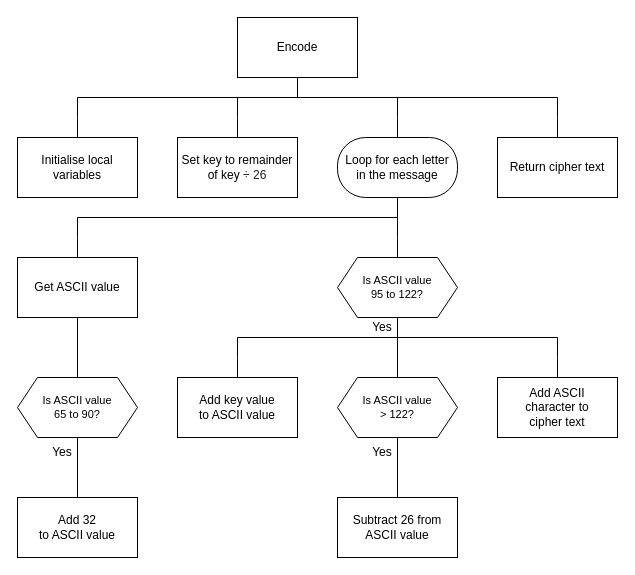
This is page "sd" (1 of 6) of higher/H-SDD-Caesar-Cipher/assets/H SDD Caesar Cipher.drawio from MrFriendCS/MrFriendCS.github.io, a draw.io file, before an edit. Source tidied: cells renumbered, new cells numbered last; positions are measured from the earlier drawing's top-left corner, leaving out a move shared by most shapes. Both pictures are drawn from the tidied source at 100%, with x=0, y=0 at pixel (17, 17).
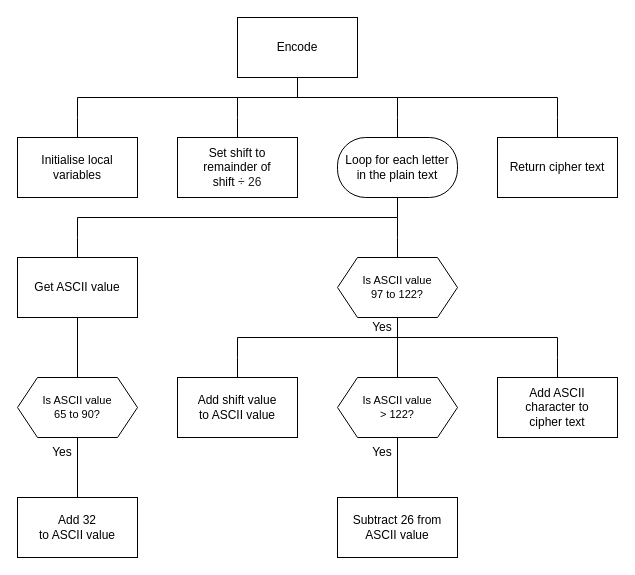
The same page after the edit.

The edit, as a diff of the source:
```diff
@@
-    <mxCell id="8" value="Loop for each letter&lt;br&gt;in the message" style="rounded=1;whiteSpace=wrap;html=1;arcSize=47;" parent="1" vertex="1">
+    <mxCell id="8" value="Loop for each letter&lt;br&gt;in the plain text" style="rounded=1;whiteSpace=wrap;html=1;arcSize=47;" parent="1" vertex="1">
       <mxGeometry x="320" y="120" width="120" height="60" as="geometry" />
     </mxCell>
@@
-    <mxCell id="17" value="Is ASCII value&lt;br&gt;95 to 122?" style="shape=hexagon;perimeter=hexagonPerimeter2;whiteSpace=wrap;html=1;fixedSize=1;fontFamily=Helvetica;fontSize=11;fontColor=default;" parent="1" vertex="1">
+    <mxCell id="17" value="Is ASCII value&lt;br&gt;97 to 122?" style="shape=hexagon;perimeter=hexagonPerimeter2;whiteSpace=wrap;html=1;fixedSize=1;fontFamily=Helvetica;fontSize=11;fontColor=default;" parent="1" vertex="1">
       <mxGeometry x="320" y="240" width="120" height="60" as="geometry" />
     </mxCell>
@@
-    <mxCell id="19" value="&lt;font style=&quot;font-size: 12px;&quot; face=&quot;Helvetica&quot;&gt;Add key value&lt;br&gt;to ASCII value&lt;/font&gt;" style="rounded=0;whiteSpace=wrap;html=1;fontFamily=Lucida Console;fontSize=12;fontColor=default;" parent="1" vertex="1">
+    <mxCell id="19" value="&lt;font style=&quot;font-size: 12px;&quot; face=&quot;Helvetica&quot;&gt;Add shift value&lt;br&gt;to ASCII value&lt;/font&gt;" style="rounded=0;whiteSpace=wrap;html=1;fontFamily=Lucida Console;fontSize=12;fontColor=default;" parent="1" vertex="1">
       <mxGeometry x="160" y="360" width="120" height="60" as="geometry" />
     </mxCell>
@@
-    <mxCell id="31" value="&lt;font style=&quot;font-size: 12px;&quot;&gt;&lt;font style=&quot;&quot;&gt;Set &lt;/font&gt;&lt;font style=&quot;&quot;&gt;&lt;font style=&quot;&quot;&gt;ke&lt;font style=&quot;&quot; face=&quot;Helvetica&quot;&gt;y&lt;/font&gt;&lt;/font&gt;&lt;font style=&quot;&quot; face=&quot;Helvetica&quot;&gt; to re&lt;/font&gt;&lt;/font&gt;&lt;font style=&quot;&quot; face=&quot;Helvetica&quot;&gt;mainder&lt;/font&gt;&lt;/font&gt;&lt;div&gt;&lt;font style=&quot;font-size: 12px;&quot; face=&quot;Helvetica&quot;&gt;of key&amp;nbsp;&lt;span style=&quot;color: rgb(31, 31, 31); text-align: left; background-color: rgb(255, 255, 255);&quot;&gt;÷ 26&lt;/span&gt;&lt;/font&gt;&lt;/div&gt;" style="rounded=0;whiteSpace=wrap;html=1;" parent="1" vertex="1">
+    <mxCell id="31" value="&lt;font style=&quot;font-size: 12px;&quot;&gt;&lt;font style=&quot;&quot;&gt;Set shift&amp;nbsp;&lt;/font&gt;&lt;font style=&quot;&quot;&gt;&lt;font style=&quot;&quot; face=&quot;Helvetica&quot;&gt;to&lt;/font&gt;&lt;/font&gt;&lt;/font&gt;&lt;div&gt;&lt;font style=&quot;font-size: 12px;&quot;&gt;&lt;font style=&quot;&quot;&gt;&lt;font style=&quot;&quot; face=&quot;Helvetica&quot;&gt;re&lt;/font&gt;&lt;/font&gt;&lt;font style=&quot;&quot; face=&quot;Helvetica&quot;&gt;mainder&amp;nbsp;&lt;/font&gt;&lt;/font&gt;&lt;span style=&quot;background-color: initial;&quot;&gt;of&lt;/span&gt;&lt;/div&gt;&lt;div&gt;&lt;span style=&quot;background-color: initial;&quot;&gt;shift&amp;nbsp;&lt;/span&gt;&lt;span style=&quot;color: rgb(31, 31, 31); text-align: left; background-color: rgb(255, 255, 255);&quot;&gt;÷ 26&lt;/span&gt;&lt;/div&gt;" style="rounded=0;whiteSpace=wrap;html=1;" parent="1" vertex="1">
       <mxGeometry x="160" y="120" width="120" height="60" as="geometry" />
     </mxCell>
```
